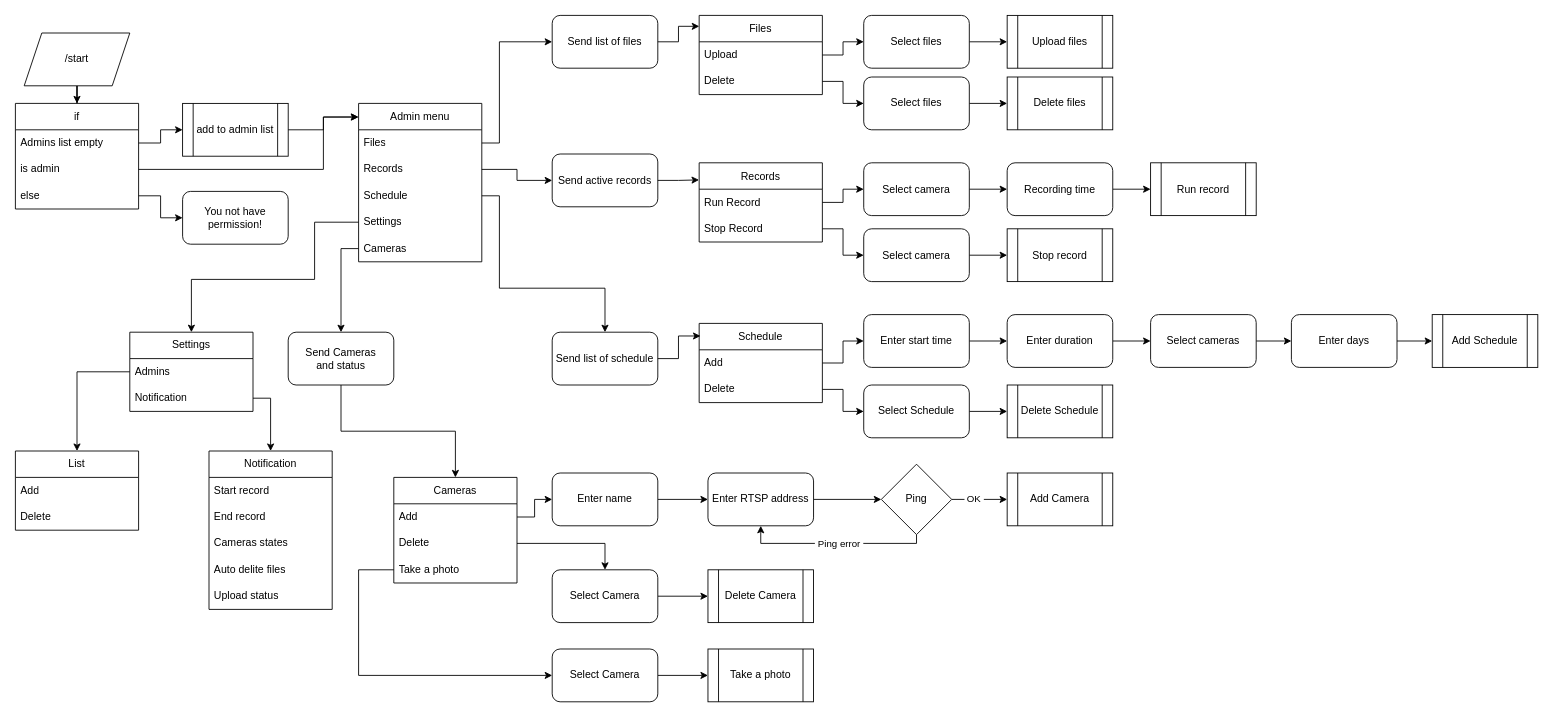
Earlier version of the draw.io diagram doc/bot.drawio (Zzior/camera-recorder-service). Source tidied: cells renumbered, new cells numbered last; positions are measured from the earlier drawing's top-left corner, leaving out a move shared by most shapes. Both pictures are drawn from the tidied source at 88%, with x=0, y=0 at pixel (15, 15).
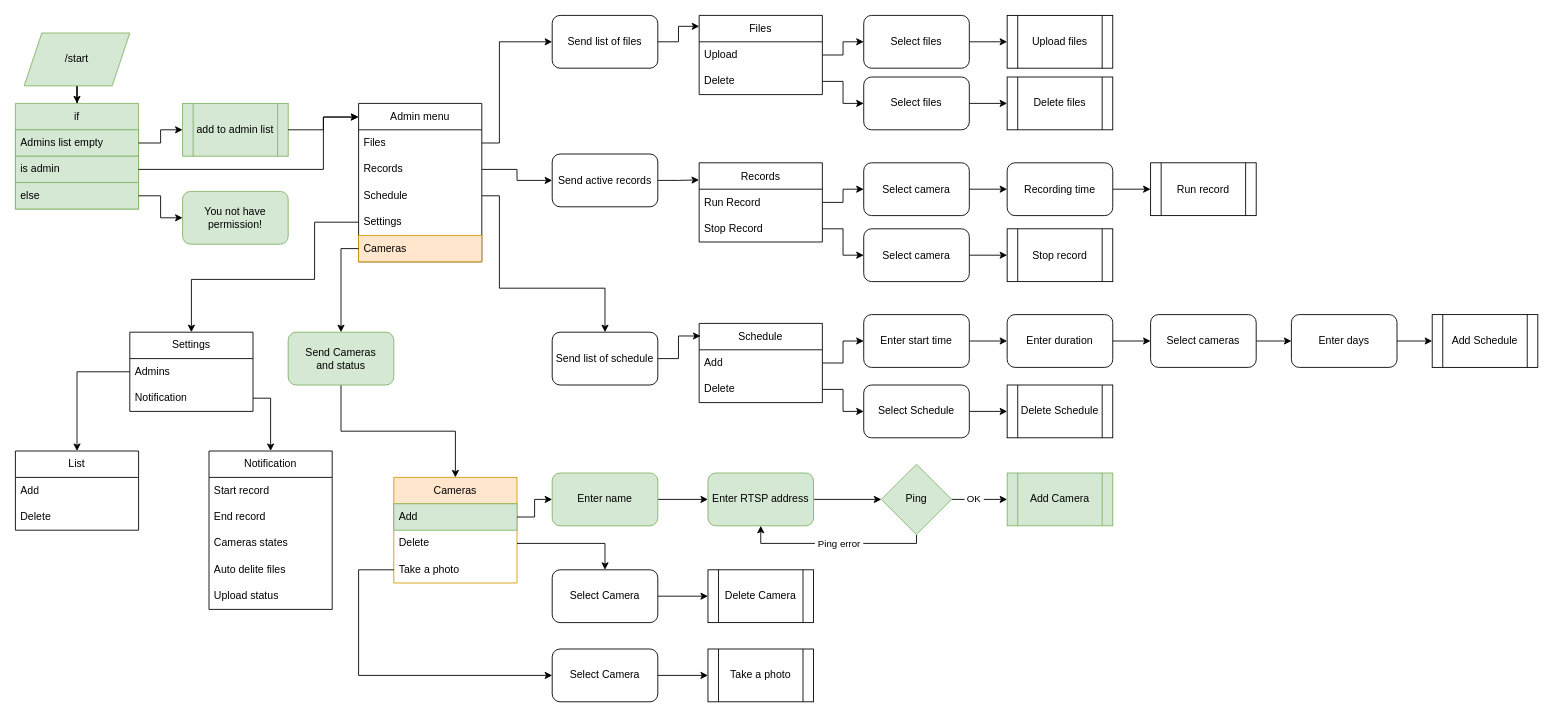
The same diagram, later.

Commit message (it also covers changes not shown here):
camera-recorder-service v0.1.1 add: Cameras menu -> add cameras

The change refers to these unchanged cells:
```xml
<mxCell id="8" value="Admin menu" style="swimlane;fontStyle=0;horizontal=1;startSize=30;whiteSpace=wrap;html=1;" parent="1" vertex="1">
  <mxGeometry x="390" y="100" width="140" height="180" as="geometry" />
</mxCell>
```

Diff of the diagram source:
```diff
@@
-    <mxCell id="3" value="/start" style="shape=parallelogram;perimeter=parallelogramPerimeter;whiteSpace=wrap;html=1;fixedSize=1;" parent="1" vertex="1">
+    <mxCell id="3" value="/start" style="shape=parallelogram;perimeter=parallelogramPerimeter;whiteSpace=wrap;html=1;fixedSize=1;fillColor=#d5e8d4;strokeColor=#82b366;" parent="1" vertex="1">
       <mxGeometry x="10" y="20" width="120" height="60" as="geometry" />
     </mxCell>
-    <mxCell id="4" value="if" style="swimlane;fontStyle=0;horizontal=1;startSize=30;whiteSpace=wrap;html=1;" parent="1" vertex="1">
+    <mxCell id="4" value="if" style="swimlane;fontStyle=0;horizontal=1;startSize=30;whiteSpace=wrap;html=1;fillColor=#d5e8d4;strokeColor=#82b366;" parent="1" vertex="1">
       <mxGeometry y="100" width="140" height="120" as="geometry" />
     </mxCell>
-    <mxCell id="5" value="Admins list empty" style="text;strokeColor=none;fillColor=none;align=left;verticalAlign=middle;spacingLeft=4;spacingRight=4;overflow=hidden;points=[[0,0.5],[1,0.5]];portConstraint=eastwest;whiteSpace=wrap;html=1;" parent="4" vertex="1">
+    <mxCell id="5" value="Admins list empty" style="text;strokeColor=#82b366;fillColor=#d5e8d4;align=left;verticalAlign=middle;spacingLeft=4;spacingRight=4;overflow=hidden;points=[[0,0.5],[1,0.5]];portConstraint=eastwest;whiteSpace=wrap;html=1;" parent="4" vertex="1">
       <mxGeometry y="30" width="140" height="30" as="geometry" />
     </mxCell>
-    <mxCell id="6" value="is admin" style="text;strokeColor=none;fillColor=none;align=left;verticalAlign=middle;spacingLeft=4;spacingRight=4;overflow=hidden;points=[[0,0.5],[1,0.5]];portConstraint=eastwest;whiteSpace=wrap;html=1;" parent="4" vertex="1">
+    <mxCell id="6" value="is admin" style="text;strokeColor=#82b366;fillColor=#d5e8d4;align=left;verticalAlign=middle;spacingLeft=4;spacingRight=4;overflow=hidden;points=[[0,0.5],[1,0.5]];portConstraint=eastwest;whiteSpace=wrap;html=1;" parent="4" vertex="1">
       <mxGeometry y="60" width="140" height="30" as="geometry" />
     </mxCell>
-    <mxCell id="7" value="else" style="text;strokeColor=none;fillColor=none;align=left;verticalAlign=middle;spacingLeft=4;spacingRight=4;overflow=hidden;points=[[0,0.5],[1,0.5]];portConstraint=eastwest;whiteSpace=wrap;html=1;" parent="4" vertex="1">
+    <mxCell id="7" value="else" style="text;strokeColor=#82b366;fillColor=#d5e8d4;align=left;verticalAlign=middle;spacingLeft=4;spacingRight=4;overflow=hidden;points=[[0,0.5],[1,0.5]];portConstraint=eastwest;whiteSpace=wrap;html=1;" parent="4" vertex="1">
       <mxGeometry y="90" width="140" height="30" as="geometry" />
     </mxCell>
@@
-    <mxCell id="13" value="Cameras" style="text;strokeColor=none;fillColor=none;align=left;verticalAlign=middle;spacingLeft=4;spacingRight=4;overflow=hidden;points=[[0,0.5],[1,0.5]];portConstraint=eastwest;whiteSpace=wrap;html=1;" parent="8" vertex="1">
+    <mxCell id="13" value="Cameras" style="text;strokeColor=#d79b00;fillColor=#ffe6cc;align=left;verticalAlign=middle;spacingLeft=4;spacingRight=4;overflow=hidden;points=[[0,0.5],[1,0.5]];portConstraint=eastwest;whiteSpace=wrap;html=1;" parent="8" vertex="1">
       <mxGeometry y="150" width="140" height="30" as="geometry" />
     </mxCell>
-    <mxCell id="14" value="add to admin list" style="shape=process;whiteSpace=wrap;html=1;backgroundOutline=1;" parent="1" vertex="1">
+    <mxCell id="14" value="add to admin list" style="shape=process;whiteSpace=wrap;html=1;backgroundOutline=1;fillColor=#d5e8d4;strokeColor=#82b366;" parent="1" vertex="1">
       <mxGeometry x="190" y="100" width="120" height="60" as="geometry" />
     </mxCell>
@@
-    <mxCell id="18" value="You not have permission!" style="rounded=1;whiteSpace=wrap;html=1;" parent="1" vertex="1">
+    <mxCell id="18" value="You not have permission!" style="rounded=1;whiteSpace=wrap;html=1;fillColor=#d5e8d4;strokeColor=#82b366;" parent="1" vertex="1">
       <mxGeometry x="190" y="200" width="120" height="60" as="geometry" />
     </mxCell>
@@
-    <mxCell id="60" value="Send&amp;nbsp;&lt;span style=&quot;text-align: left;&quot;&gt;Cameras&lt;/span&gt;&lt;div&gt;&lt;span style=&quot;text-align: left;&quot;&gt;and status&lt;/span&gt;&lt;/div&gt;" style="rounded=1;whiteSpace=wrap;html=1;" parent="1" vertex="1">
+    <mxCell id="60" value="Send&amp;nbsp;&lt;span style=&quot;text-align: left;&quot;&gt;Cameras&lt;/span&gt;&lt;div&gt;&lt;span style=&quot;text-align: left;&quot;&gt;and status&lt;/span&gt;&lt;/div&gt;" style="rounded=1;whiteSpace=wrap;html=1;fillColor=#d5e8d4;strokeColor=#82b366;" parent="1" vertex="1">
       <mxGeometry x="310" y="360" width="120" height="60" as="geometry" />
     </mxCell>
@@
-    <mxCell id="62" value="&lt;span style=&quot;text-align: left;&quot;&gt;Cameras&lt;/span&gt;" style="swimlane;fontStyle=0;horizontal=1;startSize=30;whiteSpace=wrap;html=1;" parent="1" vertex="1">
+    <mxCell id="62" value="&lt;span style=&quot;text-align: left;&quot;&gt;Cameras&lt;/span&gt;" style="swimlane;fontStyle=0;horizontal=1;startSize=30;whiteSpace=wrap;html=1;fillColor=#ffe6cc;strokeColor=#d79b00;" parent="1" vertex="1">
       <mxGeometry x="430" y="525" width="140" height="120" as="geometry" />
     </mxCell>
-    <mxCell id="63" value="Add" style="text;strokeColor=none;fillColor=none;align=left;verticalAlign=middle;spacingLeft=4;spacingRight=4;overflow=hidden;points=[[0,0.5],[1,0.5]];portConstraint=eastwest;whiteSpace=wrap;html=1;" parent="62" vertex="1">
+    <mxCell id="63" value="Add" style="text;strokeColor=#82b366;fillColor=#d5e8d4;align=left;verticalAlign=middle;spacingLeft=4;spacingRight=4;overflow=hidden;points=[[0,0.5],[1,0.5]];portConstraint=eastwest;whiteSpace=wrap;html=1;" parent="62" vertex="1">
       <mxGeometry y="30" width="140" height="30" as="geometry" />
     </mxCell>
@@
-    <mxCell id="67" value="Enter RTSP address" style="rounded=1;whiteSpace=wrap;html=1;" parent="1" vertex="1">
+    <mxCell id="67" value="Enter RTSP address" style="rounded=1;whiteSpace=wrap;html=1;fillColor=#d5e8d4;strokeColor=#82b366;" parent="1" vertex="1">
       <mxGeometry x="787" y="520" width="120" height="60" as="geometry" />
     </mxCell>
@@
-    <mxCell id="69" value="Enter name" style="rounded=1;whiteSpace=wrap;html=1;" parent="1" vertex="1">
+    <mxCell id="69" value="Enter name" style="rounded=1;whiteSpace=wrap;html=1;fillColor=#d5e8d4;strokeColor=#82b366;" parent="1" vertex="1">
       <mxGeometry x="610" y="520" width="120" height="60" as="geometry" />
     </mxCell>
@@
-    <mxCell id="75" value="Ping" style="rhombus;whiteSpace=wrap;html=1;" parent="1" vertex="1">
+    <mxCell id="75" value="Ping" style="rhombus;whiteSpace=wrap;html=1;fillColor=#d5e8d4;strokeColor=#82b366;" parent="1" vertex="1">
       <mxGeometry x="984" y="510" width="80" height="80" as="geometry" />
     </mxCell>
-    <mxCell id="76" value="Add&amp;nbsp;&lt;span style=&quot;text-align: left;&quot;&gt;Camera&lt;/span&gt;" style="shape=process;whiteSpace=wrap;html=1;backgroundOutline=1;" parent="1" vertex="1">
+    <mxCell id="76" value="Add&amp;nbsp;&lt;span style=&quot;text-align: left;&quot;&gt;Camera&lt;/span&gt;" style="shape=process;whiteSpace=wrap;html=1;backgroundOutline=1;fillColor=#d5e8d4;strokeColor=#82b366;" parent="1" vertex="1">
       <mxGeometry x="1127" y="520" width="120" height="60" as="geometry" />
     </mxCell>
```
